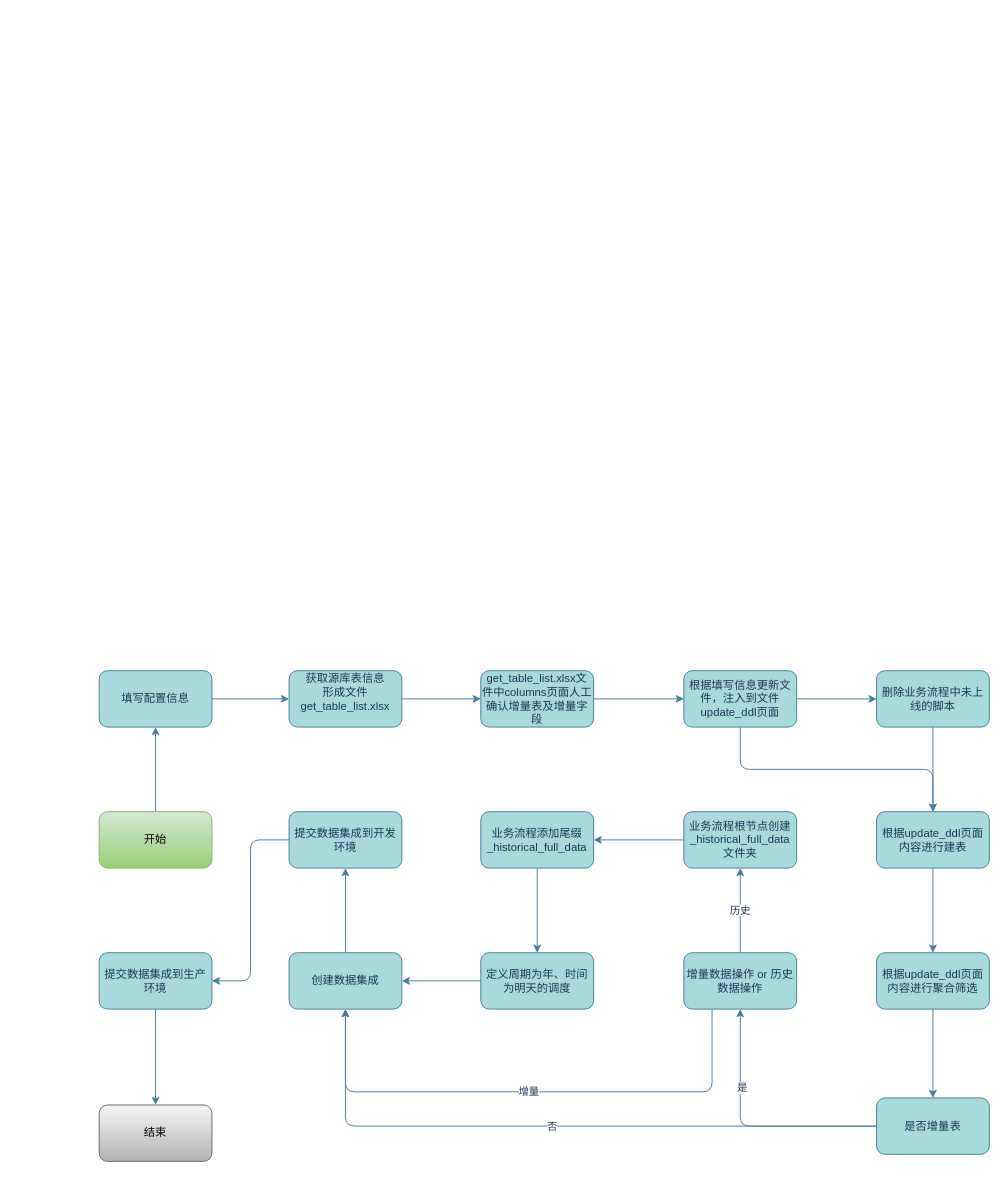
qushuxian/static_files keeps this draw.io diagram as OpenAPI/OpenAPI工作流程.drawio. Above is the earlier version. Source tidied: cells renumbered, new cells numbered last; positions are measured from the earlier drawing's top-left corner, leaving out a move shared by most shapes. Both pictures are drawn from the tidied source at 94%, with x=0, y=0 at pixel (99, 670).
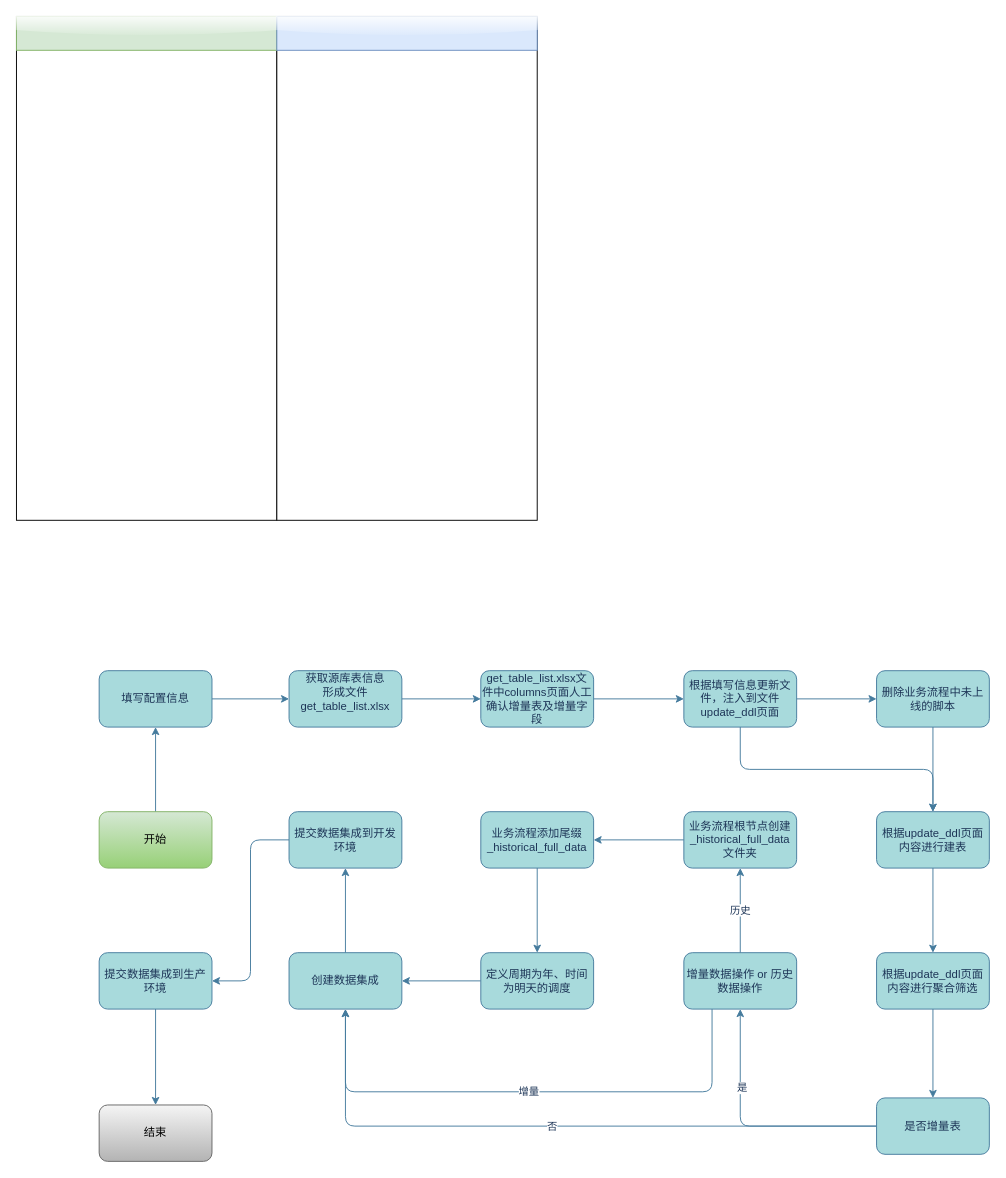
After the change.

The edit, as a diff of the source:
```diff
@@
+    <mxCell id="39" style="rounded=0;whiteSpace=wrap;html=1;" parent="1" vertex="1">
+      <mxGeometry x="-88" y="-696" width="277" height="536" as="geometry" />
+    </mxCell>
+    <mxCell id="40" style="rounded=0;whiteSpace=wrap;html=1;" parent="1" vertex="1">
+      <mxGeometry x="189" y="-696" width="277" height="536" as="geometry" />
+    </mxCell>
+    <mxCell id="41" style="rounded=0;whiteSpace=wrap;html=1;fillColor=#d5e8d4;strokeColor=#82b366;shadow=0;glass=1;sketch=0;" parent="1" vertex="1">
+      <mxGeometry x="-88" y="-696" width="277" height="36" as="geometry" />
+    </mxCell>
+    <mxCell id="42" style="rounded=0;whiteSpace=wrap;html=1;fillColor=#dae8fc;strokeColor=#6c8ebf;shadow=0;glass=1;sketch=0;" parent="1" vertex="1">
+      <mxGeometry x="189" y="-696" width="277" height="36" as="geometry" />
+    </mxCell>
```
